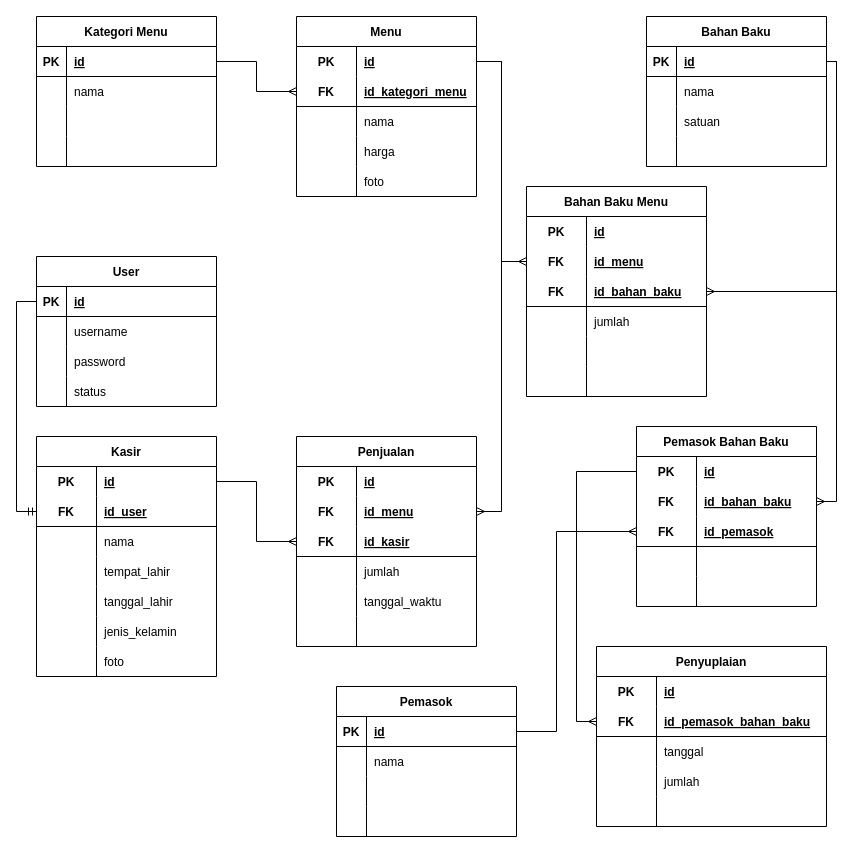
yafizh/Majelis-Kopi-PKL keeps this draw.io diagram as database/Database Schema.drawio. Above is the earlier version. Source tidied: cells renumbered, new cells numbered last; positions are measured from the earlier drawing's top-left corner, leaving out a move shared by most shapes. Both pictures are drawn from the tidied source at 100%, with x=0, y=0 at pixel (36, 16).
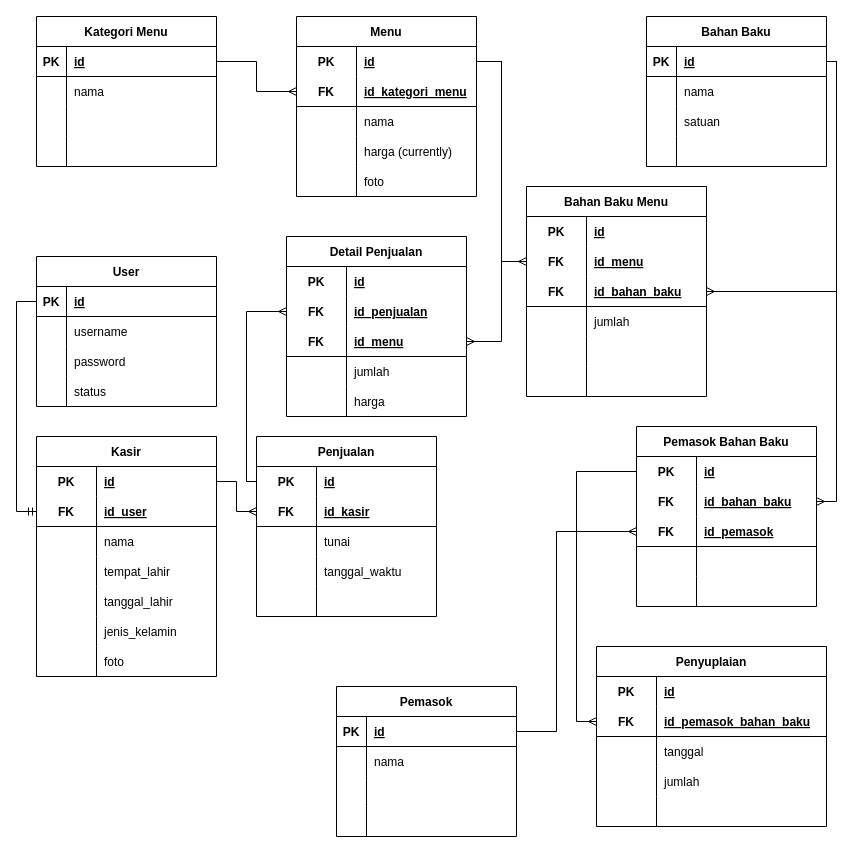
Above is the later version.

Commit message (it also covers changes not shown here):
update database schema, database.sql, query.sql, and seeder.sql

The change refers to these unchanged cells:
```xml
<mxCell id="38" style="shape=tableRow;horizontal=0;startSize=0;swimlaneHead=0;swimlaneBody=0;fillColor=none;top=0;left=0;right=0;bottom=0;" parent="28" vertex="1">
  <mxGeometry y="120" width="180" height="30" as="geometry" />
</mxCell>
<mxCell id="67" style="shape=tableRow;horizontal=0;startSize=0;swimlaneHead=0;swimlaneBody=0;fillColor=none;points=[[0,0.5],[1,0.5]];portConstraint=eastwest;top=0;left=0;right=0;bottom=0;" parent="66" vertex="1">
  <mxGeometry y="30" width="180" height="30" as="geometry" />
</mxCell>
```

The edit, as a diff of the source:
```diff
@@
-    <mxCell id="40" value="harga" style="shape=partialRectangle;fillColor=none;top=0;left=0;bottom=0;right=0;align=left;spacingLeft=6;overflow=hidden;" parent="38" vertex="1">
+    <mxCell id="40" value="harga (currently)" style="shape=partialRectangle;fillColor=none;top=0;left=0;bottom=0;right=0;align=left;spacingLeft=6;overflow=hidden;" parent="38" vertex="1">
       <mxGeometry x="60" width="120" height="30" as="geometry" />
     </mxCell>
@@
     <mxCell id="66" value="Penjualan" style="shape=table;startSize=30;childLayout=tableLayout;rowLines=0;fontStyle=1;align=center;" parent="1" vertex="1">
-      <mxGeometry x="260" y="420" width="180" height="210" as="geometry" />
+      <mxGeometry x="220" y="420" width="180" height="180" as="geometry" />
     </mxCell>
@@
-    <mxCell id="70" style="shape=tableRow;horizontal=0;startSize=0;swimlaneHead=0;swimlaneBody=0;fillColor=none;points=[[0,0.5],[1,0.5]];portConstraint=eastwest;top=0;left=0;right=0;bottom=0;" parent="66" vertex="1">
-      <mxGeometry y="60" width="180" height="30" as="geometry" />
-    </mxCell>
-    <mxCell id="71" value="FK" style="shape=partialRectangle;fillColor=none;top=0;left=0;bottom=0;right=0;fontStyle=1;overflow=hidden;" parent="70" vertex="1">
-      <mxGeometry width="60" height="30" as="geometry" />
-    </mxCell>
-    <mxCell id="72" value="id_menu" style="shape=partialRectangle;fillColor=none;top=0;left=0;bottom=0;right=0;align=left;spacingLeft=6;fontStyle=5;overflow=hidden;" parent="70" vertex="1">
-      <mxGeometry x="60" width="120" height="30" as="geometry" />
-    </mxCell>
     <mxCell id="73" style="shape=tableRow;horizontal=0;startSize=0;swimlaneHead=0;swimlaneBody=0;fillColor=none;points=[[0,0.5],[1,0.5]];portConstraint=eastwest;top=0;left=0;right=0;bottom=1;" parent="66" vertex="1">
-      <mxGeometry y="90" width="180" height="30" as="geometry" />
+      <mxGeometry y="60" width="180" height="30" as="geometry" />
     </mxCell>
@@
     <mxCell id="76" style="shape=tableRow;horizontal=0;startSize=0;swimlaneHead=0;swimlaneBody=0;fillColor=none;top=0;left=0;right=0;bottom=0;" parent="66" vertex="1">
-      <mxGeometry y="120" width="180" height="30" as="geometry" />
+      <mxGeometry y="90" width="180" height="30" as="geometry" />
     </mxCell>
@@
-    <mxCell id="78" value="jumlah" style="shape=partialRectangle;fillColor=none;top=0;left=0;bottom=0;right=0;align=left;spacingLeft=6;overflow=hidden;" parent="76" vertex="1">
+    <mxCell id="78" value="tunai" style="shape=partialRectangle;fillColor=none;top=0;left=0;bottom=0;right=0;align=left;spacingLeft=6;overflow=hidden;" parent="76" vertex="1">
       <mxGeometry x="60" width="120" height="30" as="geometry" />
     </mxCell>
     <mxCell id="79" style="shape=tableRow;horizontal=0;startSize=0;swimlaneHead=0;swimlaneBody=0;fillColor=none;top=0;left=0;right=0;bottom=0;" parent="66" vertex="1">
-      <mxGeometry y="150" width="180" height="30" as="geometry" />
+      <mxGeometry y="120" width="180" height="30" as="geometry" />
     </mxCell>
@@
     <mxCell id="82" style="shape=tableRow;horizontal=0;startSize=0;swimlaneHead=0;swimlaneBody=0;fillColor=none;top=0;left=0;right=0;bottom=0;" parent="66" vertex="1">
-      <mxGeometry y="180" width="180" height="30" as="geometry" />
+      <mxGeometry y="150" width="180" height="30" as="geometry" />
     </mxCell>
@@
-    <mxCell id="166" style="edgeStyle=orthogonalEdgeStyle;rounded=0;jettySize=auto;html=1;entryX=1;entryY=0.5;entryDx=0;entryDy=0;endArrow=ERmany;endFill=0;" parent="1" edge="1" target="70">
+    <mxCell id="166" style="edgeStyle=orthogonalEdgeStyle;rounded=0;jettySize=auto;html=1;entryX=1;entryY=0.5;entryDx=0;entryDy=0;endArrow=ERmany;endFill=0;" parent="1" edge="1" target="177">
       <mxGeometry relative="1" as="geometry">
         <mxPoint x="445" y="45" as="sourcePoint" />
         <Array as="points">
           <mxPoint x="465" y="45" />
-          <mxPoint x="465" y="495" />
+          <mxPoint x="465" y="325" />
         </Array>
       </mxGeometry>
     </mxCell>
@@
+    <mxCell id="171" value="Detail Penjualan" style="shape=table;startSize=30;childLayout=tableLayout;rowLines=0;fontStyle=1;align=center;" parent="1" vertex="1">
+      <mxGeometry x="250" y="220" width="180" height="180" as="geometry" />
+    </mxCell>
+    <mxCell id="172" style="shape=tableRow;horizontal=0;startSize=0;swimlaneHead=0;swimlaneBody=0;fillColor=none;top=0;left=0;right=0;bottom=0;" parent="171" vertex="1">
+      <mxGeometry y="30" width="180" height="30" as="geometry" />
+    </mxCell>
+    <mxCell id="173" value="PK" style="shape=partialRectangle;fillColor=none;top=0;left=0;bottom=0;right=0;fontStyle=1;overflow=hidden;" parent="172" vertex="1">
+      <mxGeometry width="60" height="30" as="geometry" />
+    </mxCell>
+    <mxCell id="174" value="id" style="shape=partialRectangle;fillColor=none;top=0;left=0;bottom=0;right=0;align=left;spacingLeft=6;fontStyle=5;overflow=hidden;" parent="172" vertex="1">
+      <mxGeometry x="60" width="120" height="30" as="geometry" />
+    </mxCell>
+    <mxCell id="70" style="shape=tableRow;horizontal=0;startSize=0;swimlaneHead=0;swimlaneBody=0;fillColor=none;points=[[0,0.5],[1,0.5]];portConstraint=eastwest;top=0;left=0;right=0;bottom=0;" parent="171" vertex="1">
+      <mxGeometry y="60" width="180" height="30" as="geometry" />
+    </mxCell>
+    <mxCell id="175" value="FK" style="shape=partialRectangle;fillColor=none;top=0;left=0;bottom=0;right=0;fontStyle=1;overflow=hidden;" parent="70" vertex="1">
+      <mxGeometry width="60" height="30" as="geometry" />
+    </mxCell>
+    <mxCell id="176" value="id_penjualan" style="shape=partialRectangle;fillColor=none;top=0;left=0;bottom=0;right=0;align=left;spacingLeft=6;fontStyle=5;overflow=hidden;" parent="70" vertex="1">
+      <mxGeometry x="60" width="120" height="30" as="geometry" />
+    </mxCell>
+    <mxCell id="177" style="shape=tableRow;horizontal=0;startSize=0;swimlaneHead=0;swimlaneBody=0;fillColor=none;points=[[0,0.5],[1,0.5]];portConstraint=eastwest;top=0;left=0;right=0;bottom=1;" parent="171" vertex="1">
+      <mxGeometry y="90" width="180" height="30" as="geometry" />
+    </mxCell>
+    <mxCell id="178" value="FK" style="shape=partialRectangle;fillColor=none;top=0;left=0;bottom=0;right=0;fontStyle=1;overflow=hidden;" parent="177" vertex="1">
+      <mxGeometry width="60" height="30" as="geometry" />
+    </mxCell>
+    <mxCell id="72" value="id_menu" style="shape=partialRectangle;fillColor=none;top=0;left=0;bottom=0;right=0;align=left;spacingLeft=6;fontStyle=5;overflow=hidden;" parent="177" vertex="1">
+      <mxGeometry x="60" width="120" height="30" as="geometry" />
+    </mxCell>
+    <mxCell id="179" style="shape=tableRow;horizontal=0;startSize=0;swimlaneHead=0;swimlaneBody=0;fillColor=none;top=0;left=0;right=0;bottom=0;" parent="171" vertex="1">
+      <mxGeometry y="120" width="180" height="30" as="geometry" />
+    </mxCell>
+    <mxCell id="180" style="shape=partialRectangle;fillColor=none;top=0;left=0;bottom=0;right=0;overflow=hidden;" parent="179" vertex="1">
+      <mxGeometry width="60" height="30" as="geometry" />
+    </mxCell>
+    <mxCell id="181" value="jumlah" style="shape=partialRectangle;fillColor=none;top=0;left=0;bottom=0;right=0;align=left;spacingLeft=6;overflow=hidden;" parent="179" vertex="1">
+      <mxGeometry x="60" width="120" height="30" as="geometry" />
+    </mxCell>
+    <mxCell id="182" style="shape=tableRow;horizontal=0;startSize=0;swimlaneHead=0;swimlaneBody=0;fillColor=none;top=0;left=0;right=0;bottom=0;" parent="171" vertex="1">
+      <mxGeometry y="150" width="180" height="30" as="geometry" />
+    </mxCell>
+    <mxCell id="183" style="shape=partialRectangle;fillColor=none;top=0;left=0;bottom=0;right=0;overflow=hidden;" parent="182" vertex="1">
+      <mxGeometry width="60" height="30" as="geometry" />
+    </mxCell>
+    <mxCell id="184" value="harga" style="shape=partialRectangle;fillColor=none;top=0;left=0;bottom=0;right=0;align=left;spacingLeft=6;overflow=hidden;" parent="182" vertex="1">
+      <mxGeometry x="60" width="120" height="30" as="geometry" />
+    </mxCell>
+    <mxCell id="185" style="edgeStyle=orthogonalEdgeStyle;rounded=0;jettySize=auto;html=1;entryX=0;entryY=0.5;entryDx=0;entryDy=0;endArrow=ERmany;endFill=0;" parent="1" edge="1" source="67" target="70">
+      <mxGeometry relative="1" as="geometry">
+        <Array as="points">
+          <mxPoint x="210" y="465" />
+          <mxPoint x="210" y="295" />
+        </Array>
+      </mxGeometry>
+    </mxCell>
```
